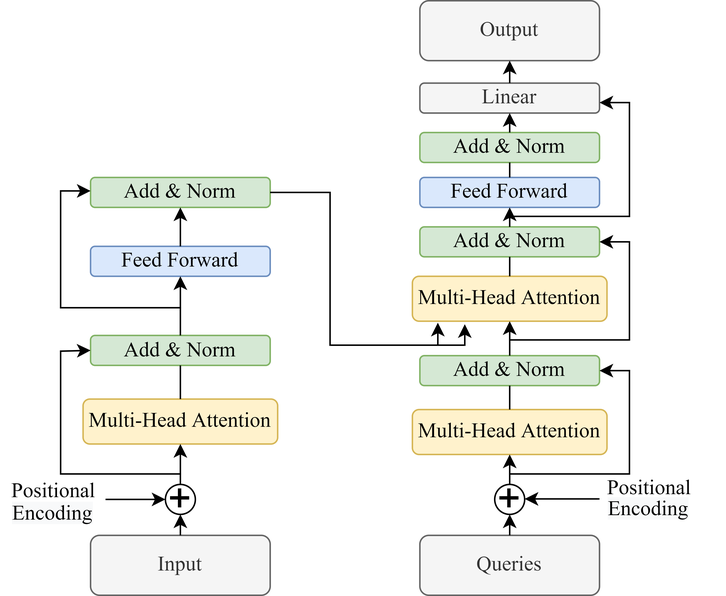
Before: Fig/transformer.png, a diagram exported from draw.io (limiiii/paper). Source tidied: cells renumbered, new cells last; positions are measured from the earlier drawing's top-left corner, leaving out a move shared by most shapes.
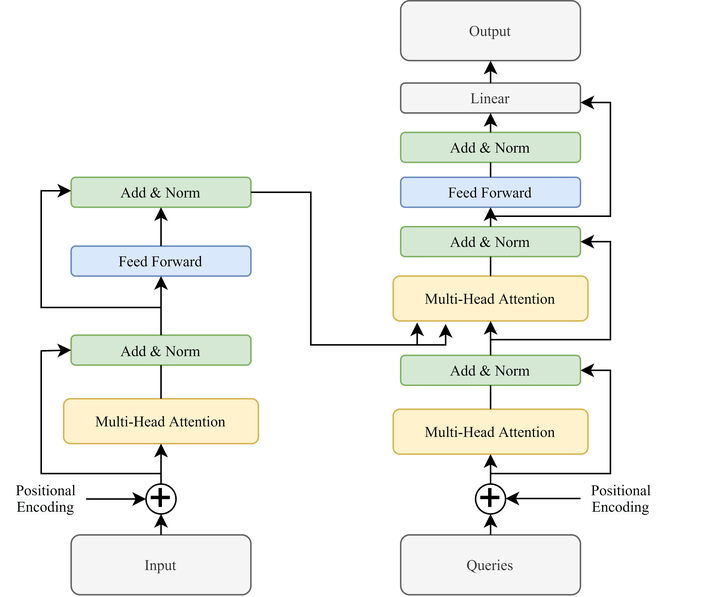
The same file after the commit.

The edit, as a diff of the source:
```diff
@@ -2,10 +2,10 @@
   <root>
     <mxCell id="0" />
     <mxCell id="1" parent="0" />
-    <mxCell id="2" value="&lt;span&gt;&lt;font style=&quot;font-size: 14px&quot; face=&quot;Times New Roman&quot;&gt;Input&lt;/font&gt;&lt;/span&gt;" style="rounded=1;whiteSpace=wrap;html=1;fillColor=#f5f5f5;fontColor=#333333;strokeColor=#666666;" parent="1" vertex="1">
+    <mxCell id="2" value="&lt;span&gt;&lt;font style=&quot;font-size: 10px&quot; face=&quot;Times New Roman&quot;&gt;Input&lt;/font&gt;&lt;/span&gt;" style="rounded=1;whiteSpace=wrap;html=1;fillColor=#f5f5f5;fontColor=#333333;strokeColor=#666666;" parent="1" vertex="1">
       <mxGeometry x="60" y="357" width="120" height="40" as="geometry" />
     </mxCell>
-    <mxCell id="3" value="&lt;span&gt;&lt;font style=&quot;font-size: 14px&quot; face=&quot;Times New Roman&quot;&gt;Queries&lt;/font&gt;&lt;/span&gt;" style="rounded=1;whiteSpace=wrap;html=1;fillColor=#f5f5f5;fontColor=#333333;strokeColor=#666666;" parent="1" vertex="1">
+    <mxCell id="3" value="&lt;span&gt;&lt;font style=&quot;font-size: 10px&quot; face=&quot;Times New Roman&quot;&gt;Queries&lt;/font&gt;&lt;/span&gt;" style="rounded=1;whiteSpace=wrap;html=1;fillColor=#f5f5f5;fontColor=#333333;strokeColor=#666666;" parent="1" vertex="1">
       <mxGeometry x="280" y="357" width="120" height="40" as="geometry" />
     </mxCell>
     <mxCell id="4" style="endArrow=classic;html=1;rounded=0;fontSize=14;exitX=0.5;exitY=0;exitDx=0;exitDy=0;entryX=0.5;entryY=1;entryDx=0;entryDy=0;" parent="1" edge="1" source="2" target="5">
@@ -20,46 +20,22 @@
     <mxCell id="7" style="endArrow=classic;html=1;rounded=0;fontSize=14;exitX=0.5;exitY=0;exitDx=0;exitDy=0;entryX=0.5;entryY=1;entryDx=0;entryDy=0;" parent="1" edge="1" source="3" target="6">
       <mxGeometry relative="1" as="geometry" />
     </mxCell>
-    <mxCell id="8" style="group;" parent="1" vertex="1">
-      <mxGeometry y="303" width="86" height="55" as="geometry" />
-    </mxCell>
-    <mxCell id="9" value="&lt;font style=&quot;font-size: 14px ; line-height: 0.5&quot; face=&quot;Times New Roman&quot;&gt;Positional&lt;br&gt;&lt;/font&gt;" style="text;html=1;align=center;verticalAlign=middle;strokeColor=none;fillColor=none;fontSize=27;" parent="8" vertex="1">
-      <mxGeometry width="70" height="40" as="geometry" />
-    </mxCell>
-    <mxCell id="10" value="&lt;span style=&quot;color: rgb(0, 0, 0); font-family: &amp;quot;times new roman&amp;quot;; font-size: 14px; font-style: normal; font-weight: 400; letter-spacing: normal; text-align: center; text-indent: 0px; text-transform: none; word-spacing: 0px; background-color: rgb(248, 249, 250); display: inline; float: none;&quot;&gt;Encoding&lt;/span&gt;" style="text;whiteSpace=wrap;html=1;fontSize=14;fontFamily=Times New Roman;" parent="8" vertex="1">
-      <mxGeometry x="6" y="25" width="80" height="30" as="geometry" />
-    </mxCell>
-    <mxCell id="11" style="endArrow=classic;html=1;rounded=0;fontFamily=Times New Roman;fontSize=14;" parent="8" edge="1">
-      <mxGeometry relative="1" as="geometry">
-        <mxPoint x="70" y="30" as="sourcePoint" />
-        <mxPoint x="110" y="30" as="targetPoint" />
-      </mxGeometry>
-    </mxCell>
-    <mxCell id="12" style="group;" parent="1" vertex="1">
-      <mxGeometry x="398" y="283.5" width="86" height="55" as="geometry" />
-    </mxCell>
-    <mxCell id="13" value="&lt;font style=&quot;font-size: 14px ; line-height: 0.5&quot; face=&quot;Times New Roman&quot;&gt;Positional&lt;br&gt;&lt;/font&gt;" style="text;html=1;align=center;verticalAlign=middle;strokeColor=none;fillColor=none;fontSize=27;" parent="12" vertex="1">
-      <mxGeometry y="17" width="70" height="40" as="geometry" />
-    </mxCell>
-    <mxCell id="14" value="&lt;span style=&quot;color: rgb(0, 0, 0); font-family: &amp;quot;times new roman&amp;quot;; font-size: 14px; font-style: normal; font-weight: 400; letter-spacing: normal; text-align: center; text-indent: 0px; text-transform: none; word-spacing: 0px; background-color: rgb(248, 249, 250); display: inline; float: none;&quot;&gt;Encoding&lt;/span&gt;" style="text;whiteSpace=wrap;html=1;fontSize=14;fontFamily=Times New Roman;" parent="12" vertex="1">
-      <mxGeometry x="6" y="41" width="80" height="30" as="geometry" />
-    </mxCell>
     <mxCell id="15" style="endArrow=classic;html=1;rounded=0;fontFamily=Times New Roman;fontSize=14;" parent="1" edge="1">
       <mxGeometry relative="1" as="geometry">
         <mxPoint x="400" y="332.7" as="sourcePoint" />
         <mxPoint x="350" y="332.7" as="targetPoint" />
       </mxGeometry>
     </mxCell>
-    <mxCell id="16" value="Add &amp;amp; Norm" style="rounded=1;whiteSpace=wrap;html=1;fontFamily=Times New Roman;fontSize=14;fillColor=#d5e8d4;strokeColor=#82b366;" parent="1" vertex="1">
+    <mxCell id="16" value="&lt;font style=&quot;font-size: 10px&quot;&gt;Add &amp;amp; Norm&lt;/font&gt;" style="rounded=1;whiteSpace=wrap;html=1;fontFamily=Times New Roman;fontSize=14;fillColor=#d5e8d4;strokeColor=#82b366;" parent="1" vertex="1">
       <mxGeometry x="60" y="118" width="120" height="20" as="geometry" />
     </mxCell>
-    <mxCell id="17" value="Feed Forward" style="rounded=1;whiteSpace=wrap;html=1;fontFamily=Times New Roman;fontSize=14;fillColor=#dae8fc;strokeColor=#6c8ebf;" parent="1" vertex="1">
+    <mxCell id="17" value="&lt;font style=&quot;font-size: 10px&quot;&gt;Feed Forward&lt;/font&gt;" style="rounded=1;whiteSpace=wrap;html=1;fontFamily=Times New Roman;fontSize=14;fillColor=#dae8fc;strokeColor=#6c8ebf;" parent="1" vertex="1">
       <mxGeometry x="60" y="164" width="120" height="20" as="geometry" />
     </mxCell>
-    <mxCell id="18" value="Add &amp;amp; Norm" style="rounded=1;whiteSpace=wrap;html=1;fontFamily=Times New Roman;fontSize=14;fillColor=#d5e8d4;strokeColor=#82b366;" parent="1" vertex="1">
+    <mxCell id="18" value="&lt;font style=&quot;font-size: 10px&quot;&gt;Add &amp;amp; Norm&lt;/font&gt;" style="rounded=1;whiteSpace=wrap;html=1;fontFamily=Times New Roman;fontSize=14;fillColor=#d5e8d4;strokeColor=#82b366;" parent="1" vertex="1">
       <mxGeometry x="60" y="223.5" width="120" height="20" as="geometry" />
     </mxCell>
-    <mxCell id="19" value="Multi-Head Attention" style="rounded=1;whiteSpace=wrap;html=1;fontFamily=Times New Roman;fontSize=14;fillColor=#fff2cc;strokeColor=#d6b656;" parent="1" vertex="1">
+    <mxCell id="19" value="&lt;font style=&quot;font-size: 10px&quot;&gt;Multi-Head Attention&lt;/font&gt;" style="rounded=1;whiteSpace=wrap;html=1;fontFamily=Times New Roman;fontSize=14;fillColor=#fff2cc;strokeColor=#d6b656;" parent="1" vertex="1">
       <mxGeometry x="55" y="266" width="130" height="30" as="geometry" />
     </mxCell>
     <mxCell id="20" style="endArrow=classic;html=1;rounded=0;fontFamily=Times New Roman;fontSize=14;exitX=0.5;exitY=0;exitDx=0;exitDy=0;entryX=0.5;entryY=1;entryDx=0;entryDy=0;" parent="1" edge="1" source="5" target="19">
@@ -93,25 +69,25 @@
     <mxCell id="25" style="endArrow=classic;html=1;rounded=0;fontFamily=Times New Roman;fontSize=14;entryX=0.5;entryY=1;entryDx=0;entryDy=0;exitX=0.5;exitY=0;exitDx=0;exitDy=0;" parent="1" edge="1" source="17" target="16">
       <mxGeometry relative="1" as="geometry" />
     </mxCell>
-    <mxCell id="26" value="Multi-Head Attention" style="rounded=1;whiteSpace=wrap;html=1;fontFamily=Times New Roman;fontSize=14;fillColor=#fff2cc;strokeColor=#d6b656;" parent="1" vertex="1">
+    <mxCell id="26" value="&lt;font style=&quot;font-size: 10px&quot;&gt;Multi-Head Attention&lt;/font&gt;" style="rounded=1;whiteSpace=wrap;html=1;fontFamily=Times New Roman;fontSize=14;fillColor=#fff2cc;strokeColor=#d6b656;" parent="1" vertex="1">
       <mxGeometry x="275" y="273" width="130" height="30" as="geometry" />
     </mxCell>
-    <mxCell id="27" value="Multi-Head Attention" style="rounded=1;whiteSpace=wrap;html=1;fontFamily=Times New Roman;fontSize=14;fillColor=#fff2cc;strokeColor=#d6b656;" parent="1" vertex="1">
+    <mxCell id="27" value="&lt;font style=&quot;font-size: 10px&quot;&gt;Multi-Head Attention&lt;/font&gt;" style="rounded=1;whiteSpace=wrap;html=1;fontFamily=Times New Roman;fontSize=14;fillColor=#fff2cc;strokeColor=#d6b656;" parent="1" vertex="1">
       <mxGeometry x="275" y="184" width="130" height="30" as="geometry" />
     </mxCell>
-    <mxCell id="28" value="Add &amp;amp; Norm" style="rounded=1;whiteSpace=wrap;html=1;fontFamily=Times New Roman;fontSize=14;fillColor=#d5e8d4;strokeColor=#82b366;" parent="1" vertex="1">
+    <mxCell id="28" value="&lt;font style=&quot;font-size: 10px&quot;&gt;Add &amp;amp; Norm&lt;/font&gt;" style="rounded=1;whiteSpace=wrap;html=1;fontFamily=Times New Roman;fontSize=14;fillColor=#d5e8d4;strokeColor=#82b366;" parent="1" vertex="1">
       <mxGeometry x="280" y="151" width="120" height="20" as="geometry" />
     </mxCell>
-    <mxCell id="29" value="Feed Forward" style="rounded=1;whiteSpace=wrap;html=1;fontFamily=Times New Roman;fontSize=14;fillColor=#dae8fc;strokeColor=#6c8ebf;" parent="1" vertex="1">
+    <mxCell id="29" value="&lt;font style=&quot;font-size: 10px&quot;&gt;Feed Forward&lt;/font&gt;" style="rounded=1;whiteSpace=wrap;html=1;fontFamily=Times New Roman;fontSize=14;fillColor=#dae8fc;strokeColor=#6c8ebf;" parent="1" vertex="1">
       <mxGeometry x="280" y="118" width="120" height="20" as="geometry" />
     </mxCell>
-    <mxCell id="30" value="Add &amp;amp; Norm" style="rounded=1;whiteSpace=wrap;html=1;fontFamily=Times New Roman;fontSize=14;fillColor=#d5e8d4;strokeColor=#82b366;" parent="1" vertex="1">
+    <mxCell id="30" value="&lt;font style=&quot;font-size: 10px&quot;&gt;Add &amp;amp; Norm&lt;/font&gt;" style="rounded=1;whiteSpace=wrap;html=1;fontFamily=Times New Roman;fontSize=14;fillColor=#d5e8d4;strokeColor=#82b366;" parent="1" vertex="1">
       <mxGeometry x="280" y="88" width="120" height="20" as="geometry" />
     </mxCell>
-    <mxCell id="31" value="Linear" style="rounded=1;whiteSpace=wrap;html=1;fontFamily=Times New Roman;fontSize=14;fillColor=#f5f5f5;strokeColor=#666666;fontColor=#333333;" parent="1" vertex="1">
+    <mxCell id="31" value="&lt;font style=&quot;font-size: 10px&quot;&gt;Linear&lt;/font&gt;" style="rounded=1;whiteSpace=wrap;html=1;fontFamily=Times New Roman;fontSize=14;fillColor=#f5f5f5;strokeColor=#666666;fontColor=#333333;" parent="1" vertex="1">
       <mxGeometry x="280" y="55" width="120" height="20" as="geometry" />
     </mxCell>
-    <mxCell id="32" value="Add &amp;amp; Norm" style="rounded=1;whiteSpace=wrap;html=1;fontFamily=Times New Roman;fontSize=14;fillColor=#d5e8d4;strokeColor=#82b366;" parent="1" vertex="1">
+    <mxCell id="32" value="&lt;font style=&quot;font-size: 10px&quot;&gt;Add &amp;amp; Norm&lt;/font&gt;" style="rounded=1;whiteSpace=wrap;html=1;fontFamily=Times New Roman;fontSize=14;fillColor=#d5e8d4;strokeColor=#82b366;" parent="1" vertex="1">
       <mxGeometry x="280" y="237" width="120" height="20" as="geometry" />
     </mxCell>
     <mxCell id="33" style="endArrow=classic;html=1;rounded=0;fontFamily=Times New Roman;fontSize=14;exitX=0.5;exitY=0;exitDx=0;exitDy=0;entryX=0.5;entryY=1;entryDx=0;entryDy=0;" parent="1" edge="1" source="6" target="26">
@@ -126,7 +102,7 @@
         </Array>
       </mxGeometry>
     </mxCell>
-    <mxCell id="35" value="&lt;span&gt;&lt;font style=&quot;font-size: 14px&quot; face=&quot;Times New Roman&quot;&gt;Output&lt;/font&gt;&lt;/span&gt;" style="rounded=1;whiteSpace=wrap;html=1;fillColor=#f5f5f5;fontColor=#333333;strokeColor=#666666;" parent="1" vertex="1">
+    <mxCell id="35" value="&lt;span&gt;&lt;font style=&quot;font-size: 10px&quot; face=&quot;Times New Roman&quot;&gt;Output&lt;/font&gt;&lt;/span&gt;" style="rounded=1;whiteSpace=wrap;html=1;fillColor=#f5f5f5;fontColor=#333333;strokeColor=#666666;" parent="1" vertex="1">
       <mxGeometry x="280" width="120" height="40" as="geometry" />
     </mxCell>
     <mxCell id="36" style="endArrow=none;html=1;rounded=0;fontFamily=Times New Roman;fontSize=14;exitX=0.5;exitY=0;exitDx=0;exitDy=0;entryX=0.5;entryY=1;entryDx=0;entryDy=0;" parent="1" edge="1" source="26" target="32">
@@ -186,5 +162,28 @@
         <mxPoint x="291" y="215" as="targetPoint" />
       </mxGeometry>
     </mxCell>
+    <mxCell id="47" style="group;fontSize=10;" parent="1" vertex="1">
+      <mxGeometry x="400" y="286.8" width="95" height="56.2" as="geometry" />
+    </mxCell>
+    <mxCell id="48" value="&lt;font style=&quot;font-size: 10px; line-height: 0.5;&quot; face=&quot;Times New Roman&quot;&gt;Positional&lt;br style=&quot;font-size: 10px;&quot;&gt;&lt;/font&gt;" style="text;html=1;align=center;verticalAlign=middle;strokeColor=none;fillColor=none;fontSize=10;" parent="47" vertex="1">
+      <mxGeometry x="-3" y="30.2" width="60" height="20" as="geometry" />
+    </mxCell>
+    <mxCell id="49" value="&lt;span style=&quot;color: rgb(0, 0, 0); font-family: &amp;quot;times new roman&amp;quot;; font-size: 10px; font-style: normal; font-weight: 400; letter-spacing: normal; text-align: center; text-indent: 0px; text-transform: none; word-spacing: 0px; background-color: rgb(248, 249, 250); display: inline; float: none;&quot;&gt;Encoding&lt;/span&gt;" style="text;whiteSpace=wrap;html=1;fontSize=10;fontFamily=Times New Roman;" parent="47" vertex="1">
+      <mxGeometry x="6" y="39.1" width="80" height="28.6" as="geometry" />
+    </mxCell>
+    <mxCell id="50" style="group;fontSize=10;" parent="1" vertex="1">
+      <mxGeometry x="16" y="287" width="95" height="56.2" as="geometry" />
+    </mxCell>
+    <mxCell id="51" value="&lt;font style=&quot;font-size: 10px; line-height: 0.5;&quot; face=&quot;Times New Roman&quot;&gt;Positional&lt;br style=&quot;font-size: 10px;&quot;&gt;&lt;/font&gt;" style="text;html=1;align=center;verticalAlign=middle;strokeColor=none;fillColor=none;fontSize=10;" parent="50" vertex="1">
+      <mxGeometry x="-3" y="30.2" width="60" height="20" as="geometry" />
+    </mxCell>
+    <mxCell id="52" value="&lt;span style=&quot;color: rgb(0, 0, 0); font-family: &amp;quot;times new roman&amp;quot;; font-size: 10px; font-style: normal; font-weight: 400; letter-spacing: normal; text-align: center; text-indent: 0px; text-transform: none; word-spacing: 0px; background-color: rgb(248, 249, 250); display: inline; float: none;&quot;&gt;Encoding&lt;/span&gt;" style="text;whiteSpace=wrap;html=1;fontSize=10;fontFamily=Times New Roman;" parent="50" vertex="1">
+      <mxGeometry x="6" y="39.1" width="80" height="28.6" as="geometry" />
+    </mxCell>
+    <mxCell id="53" style="endArrow=classic;html=1;rounded=0;fontFamily=Times New Roman;fontSize=14;entryX=0;entryY=0.5;entryDx=0;entryDy=0;" parent="1" edge="1" target="5">
+      <mxGeometry relative="1" as="geometry">
+        <mxPoint x="70" y="333" as="sourcePoint" />
+      </mxGeometry>
+    </mxCell>
   </root>
 </mxGraphModel>
```
